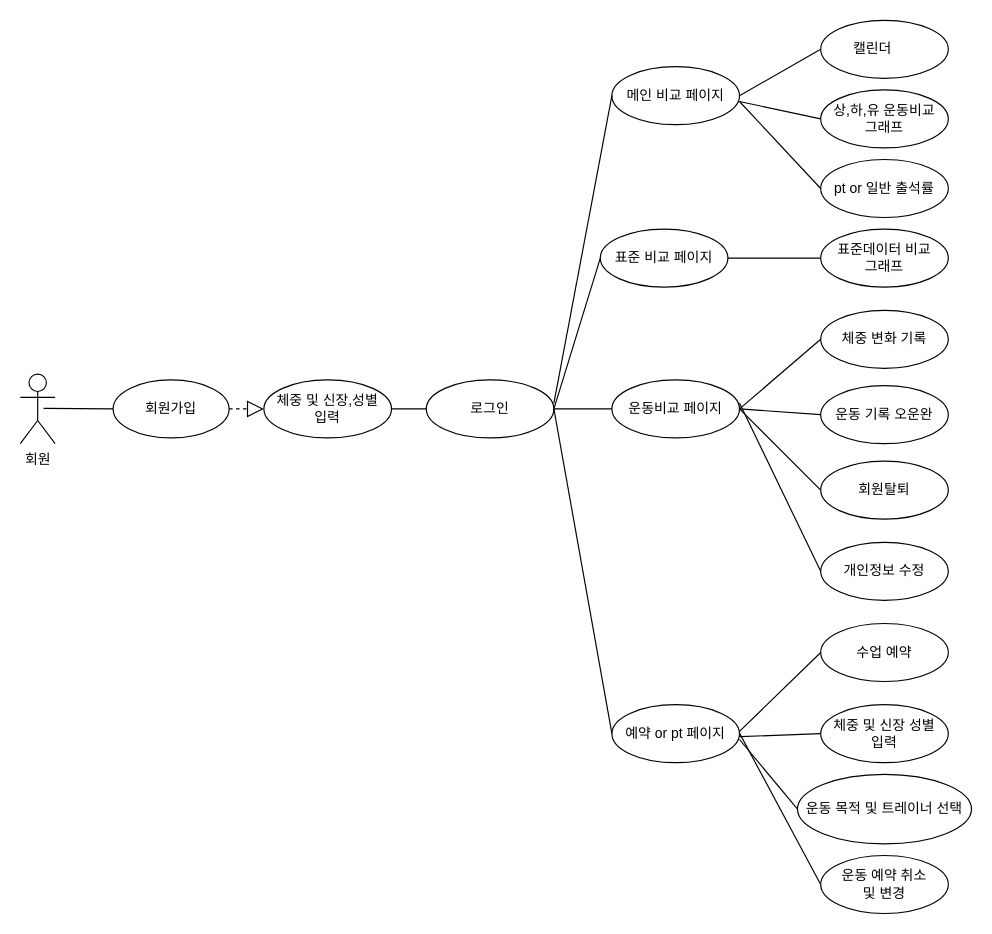
Before: 운동 시각화 서비스.drawio in beomsu-j/bigdata, a draw.io diagram. Source tidied: cells renumbered, new cells numbered last; positions are measured from the earlier drawing's top-left corner, leaving out a move shared by most shapes. Both pictures are drawn from the tidied source at 116%, with x=0, y=0 at pixel (20, 20).
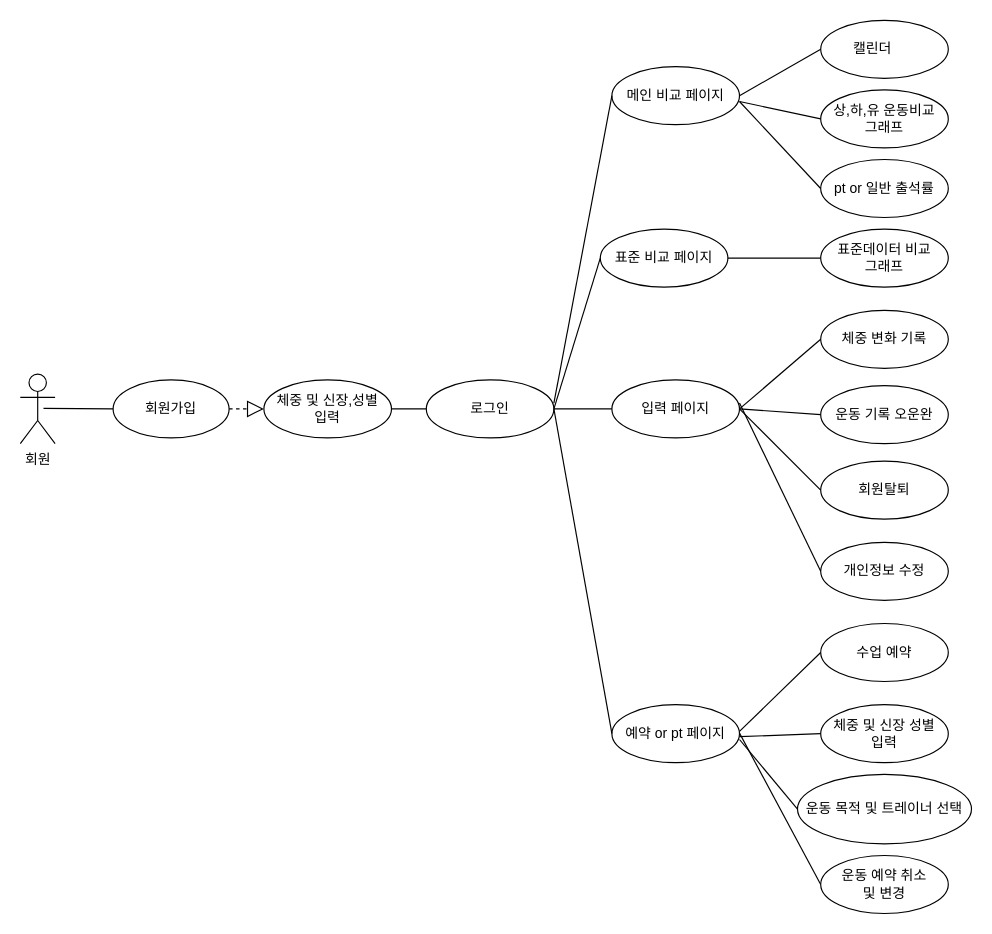
The same page after the edit.

Commit message:
운동 시각화 서비스.drawio 업데이트

Change to the diagram source:
```diff
@@
-    <mxCell id="7" value="운동비교 페이지" style="ellipse;whiteSpace=wrap;html=1;align=center;" parent="1" vertex="1">
+    <mxCell id="7" value="입력 페이지" style="ellipse;whiteSpace=wrap;html=1;align=center;" parent="1" vertex="1">
       <mxGeometry x="510" y="310" width="110" height="50" as="geometry" />
     </mxCell>
```
